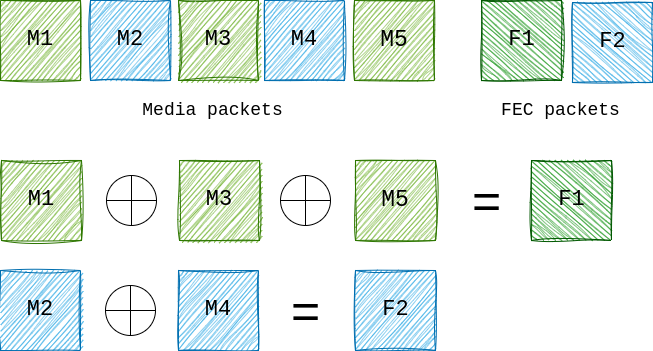
This is static/img/fec_sender.drawio.png from pion/website, a draw.io export, as it was before one commit. Source tidied: cells renumbered, new cells last; positions are measured from the earlier drawing's top-left corner, leaving out a move shared by most shapes.
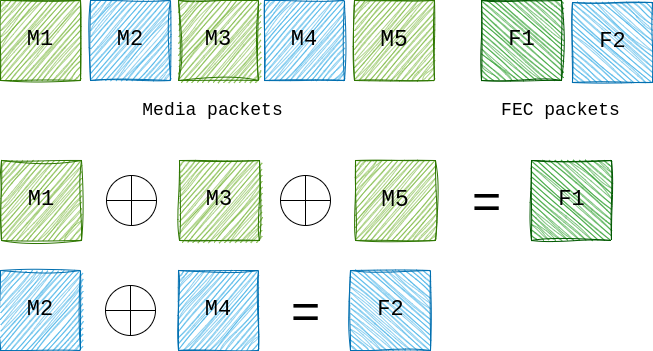
The same file after the commit.

The edit, as a diff of the source:
```diff
@@ -74,17 +74,20 @@
     <mxCell id="25" value="&lt;font style=&quot;font-size: 22px;&quot;&gt;M4&lt;/font&gt;" style="whiteSpace=wrap;html=1;fillColor=#1ba1e2;fontColor=light-dark(#000000,#000000);strokeColor=#006EAF;sketch=1;curveFitting=1;jiggle=2;align=center;verticalAlign=middle;fontFamily=Courier New;fontSize=12;" parent="1" vertex="1">
       <mxGeometry x="178" y="270" width="80" height="80" as="geometry" />
     </mxCell>
-    <mxCell id="26" style="group;sketch=1;jiggle=2;curveFitting=1;strokeColor=#006EAF;align=center;verticalAlign=middle;fontFamily=Courier New;fontSize=12;fontColor=light-dark(#000000,#000000);fillColor=#1ba1e2;" parent="1" vertex="1">
-      <mxGeometry x="355" y="270" width="80" height="80" as="geometry" />
-    </mxCell>
-    <mxCell id="27" value="&lt;font face=&quot;Courier New&quot; style=&quot;font-size: 22px;&quot;&gt;F2&lt;/font&gt;" style="text;html=1;align=center;verticalAlign=middle;strokeColor=none;fillColor=none;fontFamily=Courier New;fontSize=12;fontColor=light-dark(#000000,#000000);" parent="26" vertex="1">
-      <mxGeometry x="15" y="20" width="50" height="40" as="geometry" />
-    </mxCell>
     <mxCell id="28" style="shape=orEllipse;perimeter=ellipsePerimeter;whiteSpace=wrap;html=1;backgroundOutline=1;fontColor=light-dark(#000000,#000000);" parent="1" vertex="1">
       <mxGeometry x="105" y="285" width="50" height="50" as="geometry" />
     </mxCell>
     <mxCell id="29" value="&lt;font&gt;=&lt;/font&gt;" style="text;html=1;align=center;verticalAlign=middle;strokeColor=none;fillColor=none;fontSize=50;fontColor=light-dark(#000000,#000000);" parent="1" vertex="1">
       <mxGeometry x="280" y="275" width="50" height="70" as="geometry" />
     </mxCell>
+    <mxCell id="30" style="group;fontColor=light-dark(#000000,#000000);" parent="1" vertex="1">
+      <mxGeometry x="350" y="270" width="80" height="80" as="geometry" />
+    </mxCell>
+    <mxCell id="31" style="whiteSpace=wrap;html=1;fillColor=#1ba1e2;fontColor=light-dark(#000000,#000000);strokeColor=#006EAF;sketch=1;curveFitting=1;jiggle=2;rotation=-90;" parent="30" vertex="1">
+      <mxGeometry width="80" height="80" as="geometry" />
+    </mxCell>
+    <mxCell id="27" value="&lt;font face=&quot;Courier New&quot; style=&quot;font-size: 22px;&quot;&gt;F2&lt;/font&gt;" style="text;html=1;align=center;verticalAlign=middle;strokeColor=none;fillColor=none;fontColor=light-dark(#000000,#000000);" parent="30" vertex="1">
+      <mxGeometry x="15" y="20" width="50" height="40" as="geometry" />
+    </mxCell>
   </root>
 </mxGraphModel>
```
